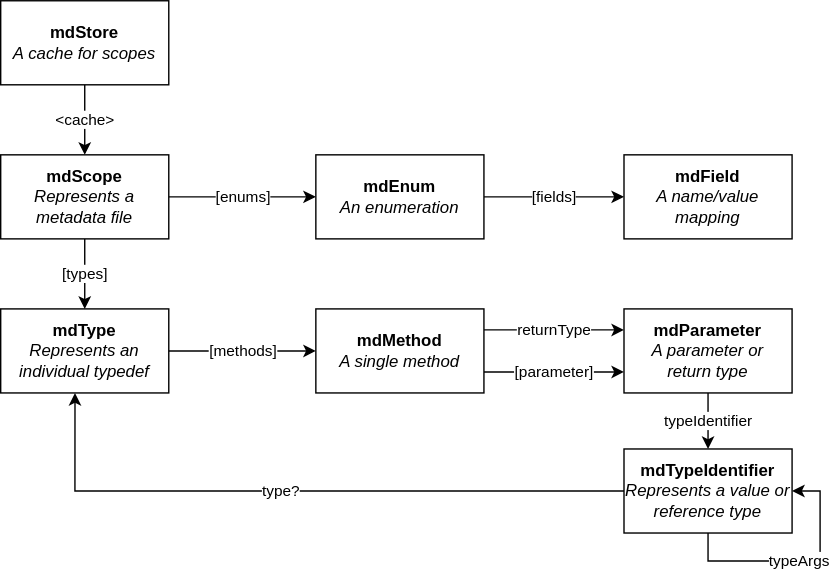
Above: metadata.drawio.svg in halildurmus/win32 (draw.io), before the change. Source tidied: cells renumbered, new cells last; positions are measured from the earlier drawing's top-left corner, leaving out a move shared by most shapes. The source it was exported from:
```xml
<mxGraphModel>
  <root>
    <mxCell id="0" />
    <mxCell id="1" parent="0" />
    <mxCell id="2" value="&amp;lt;cache&amp;gt;" style="edgeStyle=orthogonalEdgeStyle;rounded=0;jettySize=auto;html=1;" parent="1" edge="1" source="3" target="6">
      <mxGeometry relative="1" as="geometry" />
    </mxCell>
    <mxCell id="3" value="&lt;b&gt;mdStore&lt;/b&gt;&lt;br&gt;&lt;i&gt;A cache for scopes&lt;/i&gt;" style="whiteSpace=wrap;html=1;" parent="1" vertex="1">
      <mxGeometry width="120" height="60" as="geometry" />
    </mxCell>
    <mxCell id="4" value="[types]" style="edgeStyle=orthogonalEdgeStyle;rounded=0;jettySize=auto;html=1;" parent="1" edge="1" source="6" target="8">
      <mxGeometry relative="1" as="geometry" />
    </mxCell>
    <mxCell id="5" value="[enums]" style="edgeStyle=orthogonalEdgeStyle;rounded=0;jettySize=auto;html=1;exitX=1;exitY=0.5;exitDx=0;exitDy=0;entryX=0;entryY=0.5;entryDx=0;entryDy=0;" parent="1" edge="1" source="6" target="18">
      <mxGeometry relative="1" as="geometry" />
    </mxCell>
    <mxCell id="6" value="&lt;b&gt;mdScope&lt;/b&gt;&lt;br&gt;&lt;i&gt;Represents a metadata file&lt;/i&gt;" style="whiteSpace=wrap;html=1;" parent="1" vertex="1">
      <mxGeometry y="110" width="120" height="60" as="geometry" />
    </mxCell>
    <mxCell id="7" value="[methods]" style="edgeStyle=orthogonalEdgeStyle;rounded=0;jettySize=auto;html=1;" parent="1" edge="1" source="8" target="11">
      <mxGeometry relative="1" as="geometry" />
    </mxCell>
    <mxCell id="8" value="&lt;b&gt;mdType&lt;/b&gt;&lt;br&gt;&lt;i&gt;Represents an individual typedef&lt;/i&gt;" style="whiteSpace=wrap;html=1;" parent="1" vertex="1">
      <mxGeometry y="220" width="120" height="60" as="geometry" />
    </mxCell>
    <mxCell id="9" value="[parameter]" style="edgeStyle=orthogonalEdgeStyle;rounded=0;jettySize=auto;html=1;exitX=1;exitY=0.75;exitDx=0;exitDy=0;entryX=0;entryY=0.75;entryDx=0;entryDy=0;" parent="1" edge="1" source="11" target="13">
      <mxGeometry relative="1" as="geometry" />
    </mxCell>
    <mxCell id="10" value="returnType" style="edgeStyle=orthogonalEdgeStyle;rounded=0;jettySize=auto;html=1;exitX=1;exitY=0.25;exitDx=0;exitDy=0;entryX=0;entryY=0.25;entryDx=0;entryDy=0;" parent="1" edge="1" source="11" target="13">
      <mxGeometry relative="1" as="geometry" />
    </mxCell>
    <mxCell id="11" value="&lt;b&gt;mdMethod&lt;/b&gt;&lt;br&gt;&lt;i&gt;A single method&lt;/i&gt;" style="whiteSpace=wrap;html=1;" parent="1" vertex="1">
      <mxGeometry x="225" y="220" width="120" height="60" as="geometry" />
    </mxCell>
    <mxCell id="12" value="typeIdentifier" style="edgeStyle=orthogonalEdgeStyle;rounded=0;jettySize=auto;html=1;" parent="1" edge="1" source="13" target="15">
      <mxGeometry relative="1" as="geometry" />
    </mxCell>
    <mxCell id="13" value="&lt;b&gt;mdParameter&lt;/b&gt;&lt;br&gt;&lt;i&gt;A parameter or &lt;br&gt;return type&lt;/i&gt;" style="whiteSpace=wrap;html=1;" parent="1" vertex="1">
      <mxGeometry x="445" y="220" width="120" height="60" as="geometry" />
    </mxCell>
    <mxCell id="14" value="type?" style="edgeStyle=orthogonalEdgeStyle;rounded=0;jettySize=auto;html=1;exitX=0;exitY=0.5;exitDx=0;exitDy=0;entryX=0.442;entryY=1;entryDx=0;entryDy=0;entryPerimeter=0;" parent="1" edge="1" source="15" target="8">
      <mxGeometry x="0.06" relative="1" as="geometry" />
    </mxCell>
    <mxCell id="15" value="&lt;b&gt;mdTypeIdentifier&lt;br&gt;&lt;/b&gt;&lt;i&gt;Represents a value or reference type&lt;/i&gt;" style="whiteSpace=wrap;html=1;" parent="1" vertex="1">
      <mxGeometry x="445" y="320" width="120" height="60" as="geometry" />
    </mxCell>
    <mxCell id="16" value="typeArgs" style="edgeStyle=orthogonalEdgeStyle;rounded=0;orthogonalLoop=1;jettySize=auto;html=1;exitX=0.5;exitY=1;exitDx=0;exitDy=0;entryX=1;entryY=0.5;entryDx=0;entryDy=0;" parent="1" edge="1" source="15" target="15">
      <mxGeometry relative="1" as="geometry" />
    </mxCell>
    <mxCell id="17" value="[fields]" style="edgeStyle=orthogonalEdgeStyle;rounded=0;jettySize=auto;html=1;exitX=1;exitY=0.5;exitDx=0;exitDy=0;entryX=0;entryY=0.5;entryDx=0;entryDy=0;" parent="1" edge="1" source="18" target="19">
      <mxGeometry relative="1" as="geometry" />
    </mxCell>
    <mxCell id="18" value="&lt;b&gt;mdEnum&lt;br&gt;&lt;/b&gt;&lt;i&gt;An enumeration&lt;/i&gt;" style="whiteSpace=wrap;html=1;" parent="1" vertex="1">
      <mxGeometry x="225" y="110" width="120" height="60" as="geometry" />
    </mxCell>
    <mxCell id="19" value="&lt;b&gt;mdField&lt;/b&gt;&lt;br&gt;&lt;i&gt;A name/value mapping&lt;/i&gt;" style="whiteSpace=wrap;html=1;" parent="1" vertex="1">
      <mxGeometry x="445" y="110" width="120" height="60" as="geometry" />
    </mxCell>
  </root>
</mxGraphModel>
```
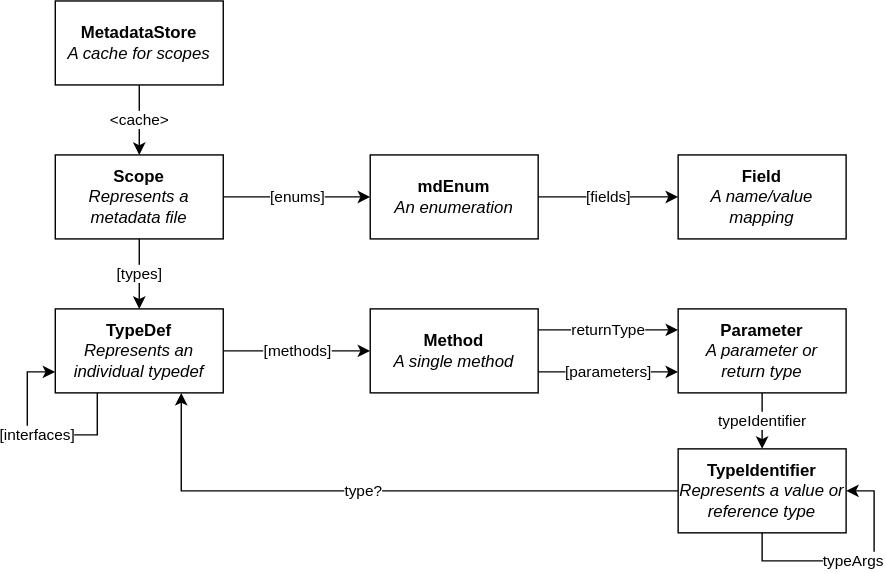
Later version of the same file.

What changed in the source:
```diff
@@ -5,7 +5,7 @@
     <mxCell id="2" value="&amp;lt;cache&amp;gt;" style="edgeStyle=orthogonalEdgeStyle;rounded=0;jettySize=auto;html=1;" parent="1" edge="1" source="3" target="6">
       <mxGeometry relative="1" as="geometry" />
     </mxCell>
-    <mxCell id="3" value="&lt;b&gt;mdStore&lt;/b&gt;&lt;br&gt;&lt;i&gt;A cache for scopes&lt;/i&gt;" style="whiteSpace=wrap;html=1;" parent="1" vertex="1">
+    <mxCell id="3" value="&lt;b&gt;MetadataStore&lt;/b&gt;&lt;br&gt;&lt;i&gt;A cache for scopes&lt;/i&gt;" style="whiteSpace=wrap;html=1;" parent="1" vertex="1">
       <mxGeometry width="120" height="60" as="geometry" />
     </mxCell>
     <mxCell id="4" value="[types]" style="edgeStyle=orthogonalEdgeStyle;rounded=0;jettySize=auto;html=1;" parent="1" edge="1" source="6" target="8">
@@ -14,34 +14,37 @@
     <mxCell id="5" value="[enums]" style="edgeStyle=orthogonalEdgeStyle;rounded=0;jettySize=auto;html=1;exitX=1;exitY=0.5;exitDx=0;exitDy=0;entryX=0;entryY=0.5;entryDx=0;entryDy=0;" parent="1" edge="1" source="6" target="18">
       <mxGeometry relative="1" as="geometry" />
     </mxCell>
-    <mxCell id="6" value="&lt;b&gt;mdScope&lt;/b&gt;&lt;br&gt;&lt;i&gt;Represents a metadata file&lt;/i&gt;" style="whiteSpace=wrap;html=1;" parent="1" vertex="1">
+    <mxCell id="6" value="&lt;b&gt;Scope&lt;/b&gt;&lt;br&gt;&lt;i&gt;Represents a metadata file&lt;/i&gt;" style="whiteSpace=wrap;html=1;" parent="1" vertex="1">
       <mxGeometry y="110" width="120" height="60" as="geometry" />
     </mxCell>
     <mxCell id="7" value="[methods]" style="edgeStyle=orthogonalEdgeStyle;rounded=0;jettySize=auto;html=1;" parent="1" edge="1" source="8" target="11">
       <mxGeometry relative="1" as="geometry" />
     </mxCell>
-    <mxCell id="8" value="&lt;b&gt;mdType&lt;/b&gt;&lt;br&gt;&lt;i&gt;Represents an individual typedef&lt;/i&gt;" style="whiteSpace=wrap;html=1;" parent="1" vertex="1">
+    <mxCell id="8" value="&lt;b&gt;TypeDef&lt;/b&gt;&lt;br&gt;&lt;i&gt;Represents an individual typedef&lt;/i&gt;" style="whiteSpace=wrap;html=1;" parent="1" vertex="1">
       <mxGeometry y="220" width="120" height="60" as="geometry" />
     </mxCell>
-    <mxCell id="9" value="[parameter]" style="edgeStyle=orthogonalEdgeStyle;rounded=0;jettySize=auto;html=1;exitX=1;exitY=0.75;exitDx=0;exitDy=0;entryX=0;entryY=0.75;entryDx=0;entryDy=0;" parent="1" edge="1" source="11" target="13">
-      <mxGeometry relative="1" as="geometry" />
+    <mxCell id="9" value="[parameters]" style="edgeStyle=orthogonalEdgeStyle;rounded=0;orthogonalLoop=1;jettySize=auto;html=1;exitX=1;exitY=0.75;exitDx=0;exitDy=0;entryX=0;entryY=0.75;entryDx=0;entryDy=0;" parent="1" edge="1">
+      <mxGeometry relative="1" as="geometry">
+        <mxPoint x="345" y="265" as="sourcePoint" />
+        <mxPoint x="445" y="265" as="targetPoint" />
+      </mxGeometry>
     </mxCell>
     <mxCell id="10" value="returnType" style="edgeStyle=orthogonalEdgeStyle;rounded=0;jettySize=auto;html=1;exitX=1;exitY=0.25;exitDx=0;exitDy=0;entryX=0;entryY=0.25;entryDx=0;entryDy=0;" parent="1" edge="1" source="11" target="13">
       <mxGeometry relative="1" as="geometry" />
     </mxCell>
-    <mxCell id="11" value="&lt;b&gt;mdMethod&lt;/b&gt;&lt;br&gt;&lt;i&gt;A single method&lt;/i&gt;" style="whiteSpace=wrap;html=1;" parent="1" vertex="1">
+    <mxCell id="11" value="&lt;b&gt;Method&lt;/b&gt;&lt;br&gt;&lt;i&gt;A single method&lt;/i&gt;" style="whiteSpace=wrap;html=1;" parent="1" vertex="1">
       <mxGeometry x="225" y="220" width="120" height="60" as="geometry" />
     </mxCell>
     <mxCell id="12" value="typeIdentifier" style="edgeStyle=orthogonalEdgeStyle;rounded=0;jettySize=auto;html=1;" parent="1" edge="1" source="13" target="15">
       <mxGeometry relative="1" as="geometry" />
     </mxCell>
-    <mxCell id="13" value="&lt;b&gt;mdParameter&lt;/b&gt;&lt;br&gt;&lt;i&gt;A parameter or &lt;br&gt;return type&lt;/i&gt;" style="whiteSpace=wrap;html=1;" parent="1" vertex="1">
+    <mxCell id="13" value="&lt;b&gt;Parameter&lt;/b&gt;&lt;br&gt;&lt;i&gt;A parameter or &lt;br&gt;return type&lt;/i&gt;" style="whiteSpace=wrap;html=1;" parent="1" vertex="1">
       <mxGeometry x="445" y="220" width="120" height="60" as="geometry" />
     </mxCell>
-    <mxCell id="14" value="type?" style="edgeStyle=orthogonalEdgeStyle;rounded=0;jettySize=auto;html=1;exitX=0;exitY=0.5;exitDx=0;exitDy=0;entryX=0.442;entryY=1;entryDx=0;entryDy=0;entryPerimeter=0;" parent="1" edge="1" source="15" target="8">
+    <mxCell id="14" value="type?" style="edgeStyle=orthogonalEdgeStyle;rounded=0;jettySize=auto;html=1;exitX=0;exitY=0.5;exitDx=0;exitDy=0;entryX=0.75;entryY=1;entryDx=0;entryDy=0;" parent="1" edge="1" source="15" target="8">
       <mxGeometry x="0.06" relative="1" as="geometry" />
     </mxCell>
-    <mxCell id="15" value="&lt;b&gt;mdTypeIdentifier&lt;br&gt;&lt;/b&gt;&lt;i&gt;Represents a value or reference type&lt;/i&gt;" style="whiteSpace=wrap;html=1;" parent="1" vertex="1">
+    <mxCell id="15" value="&lt;b&gt;TypeIdentifier&lt;br&gt;&lt;/b&gt;&lt;i&gt;Represents a value or reference type&lt;/i&gt;" style="whiteSpace=wrap;html=1;" parent="1" vertex="1">
       <mxGeometry x="445" y="320" width="120" height="60" as="geometry" />
     </mxCell>
     <mxCell id="16" value="typeArgs" style="edgeStyle=orthogonalEdgeStyle;rounded=0;orthogonalLoop=1;jettySize=auto;html=1;exitX=0.5;exitY=1;exitDx=0;exitDy=0;entryX=1;entryY=0.5;entryDx=0;entryDy=0;" parent="1" edge="1" source="15" target="15">
@@ -53,8 +56,17 @@
     <mxCell id="18" value="&lt;b&gt;mdEnum&lt;br&gt;&lt;/b&gt;&lt;i&gt;An enumeration&lt;/i&gt;" style="whiteSpace=wrap;html=1;" parent="1" vertex="1">
       <mxGeometry x="225" y="110" width="120" height="60" as="geometry" />
     </mxCell>
-    <mxCell id="19" value="&lt;b&gt;mdField&lt;/b&gt;&lt;br&gt;&lt;i&gt;A name/value mapping&lt;/i&gt;" style="whiteSpace=wrap;html=1;" parent="1" vertex="1">
+    <mxCell id="19" value="&lt;b&gt;Field&lt;/b&gt;&lt;br&gt;&lt;i&gt;A name/value mapping&lt;/i&gt;" style="whiteSpace=wrap;html=1;" parent="1" vertex="1">
       <mxGeometry x="445" y="110" width="120" height="60" as="geometry" />
     </mxCell>
+    <mxCell id="20" value="[interfaces]" style="edgeStyle=orthogonalEdgeStyle;rounded=0;orthogonalLoop=1;jettySize=auto;html=1;exitX=0.25;exitY=1;exitDx=0;exitDy=0;entryX=0;entryY=0.75;entryDx=0;entryDy=0;" parent="1" edge="1" source="8" target="8">
+      <mxGeometry relative="1" as="geometry">
+        <Array as="points">
+          <mxPoint x="30" y="310" />
+          <mxPoint x="-20" y="310" />
+          <mxPoint x="-20" y="265" />
+        </Array>
+      </mxGeometry>
+    </mxCell>
   </root>
 </mxGraphModel>
```
